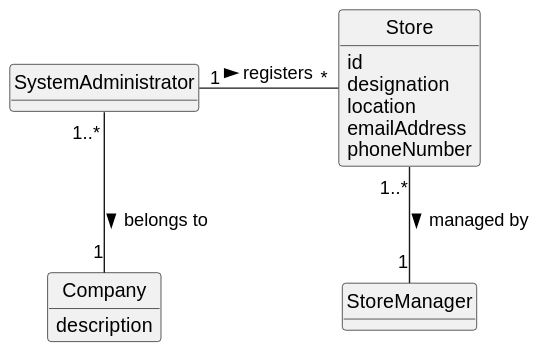
Rodrick0209/ISEP-LAPR2-22-23 keeps this PlantUML diagram as docs/Sprint-B/US005/02.analysis/svg/us005-domain-model.svg. Above is the earlier version. The source it was exported from:
```plantuml
@startuml
skinparam monochrome true
skinparam packageStyle rectangle
skinparam shadowing false

skinparam classAttributeIconSize 0

hide circle
hide methods


class Store {
    id
    designation
    location
    emailAddress
    phoneNumber
}

class Company {
    description
}

SystemAdministrator "1" - "*" Store : registers >
SystemAdministrator "1..*" -- "1" Company : belongs to >
Store "1..*" -- "1" StoreManager : managed by >
@enduml
```
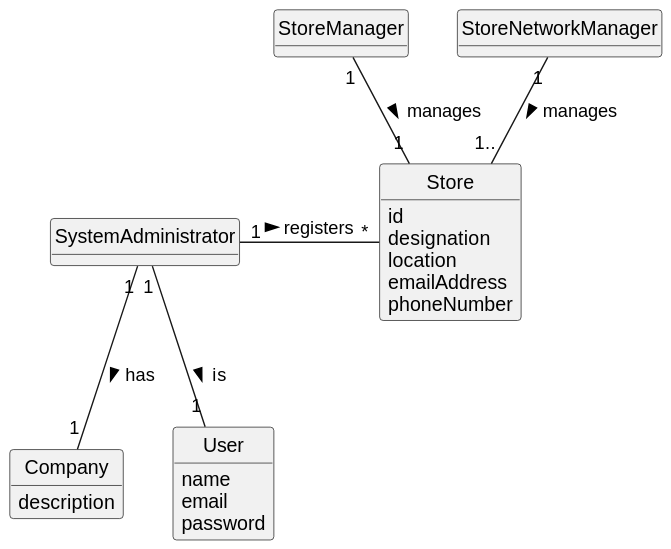
After the commit.

What changed in the source:
```diff
@@ -21,7 +21,15 @@
     description
 }
 
+class User {
+    name
+    email
+    password
+}
+
+SystemAdministrator "1" -- "1" Company : has >
 SystemAdministrator "1" - "*" Store : registers >
-SystemAdministrator "1..*" -- "1" Company : belongs to >
-Store "1..*" -- "1" StoreManager : managed by >
+StoreManager "1" -- "1" Store : manages >
+StoreNetworkManager "1" -- "1.." Store : manages >
+SystemAdministrator "1" -- "1" User : is >
 @enduml
```
